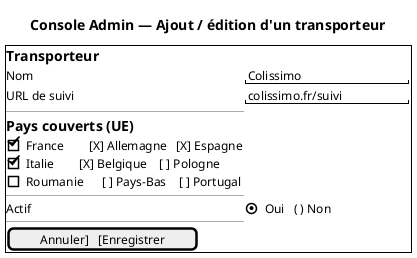
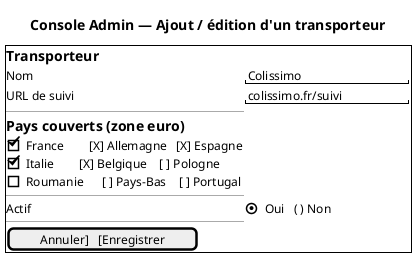
@startsalt
' Composant PA : front-admin (Console Administrateur)
' Fonctions allouées : Service Compte — FS-A03
title Console Admin — Ajout / édition d'un transporteur

{+
  == Transporteur
  Nom               | "Colissimo           "
  URL de suivi      | "colissimo.fr/suivi  "
  --
-   == Pays couverts (UE)
+   == Pays couverts (zone euro)
  [X] France        [X] Allemagne   [X] Espagne
  [X] Italie        [X] Belgique    [ ] Pologne
  [ ] Roumanie      [ ] Pays-Bas    [ ] Portugal
  --
  Actif             | (X) Oui   ( ) Non
  --
  [Annuler]   [Enregistrer]
}
@endsalt
